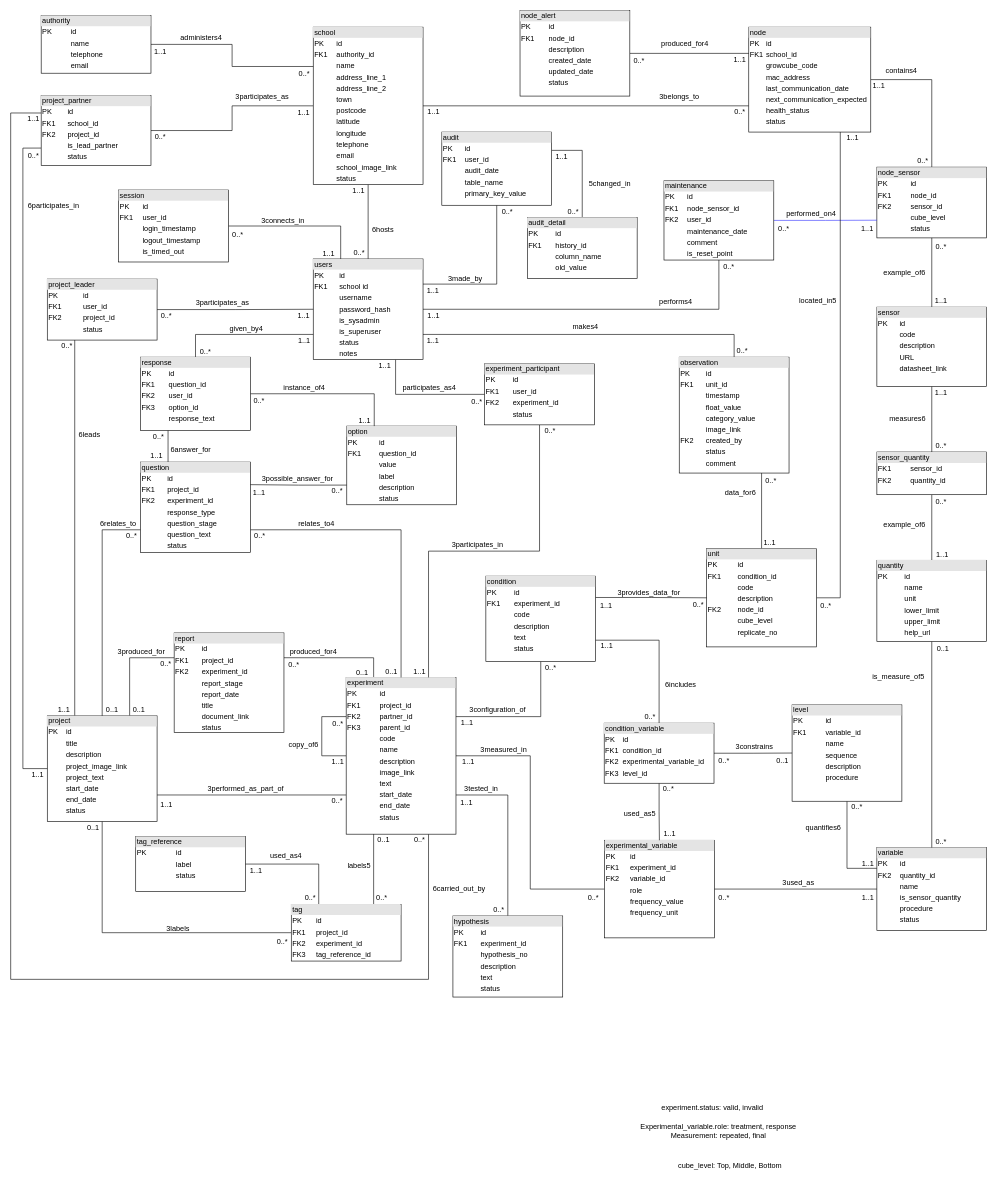
Before: Documentation/ER diagram dandelion.drawio in Dandelion-dev-team/dandelion, a draw.io diagram. Source tidied: cells renumbered, new cells numbered last; positions are measured from the earlier drawing's top-left corner, leaving out a move shared by most shapes. Both pictures are drawn from the tidied source at 61%, with x=0, y=0 at pixel (10, 10).
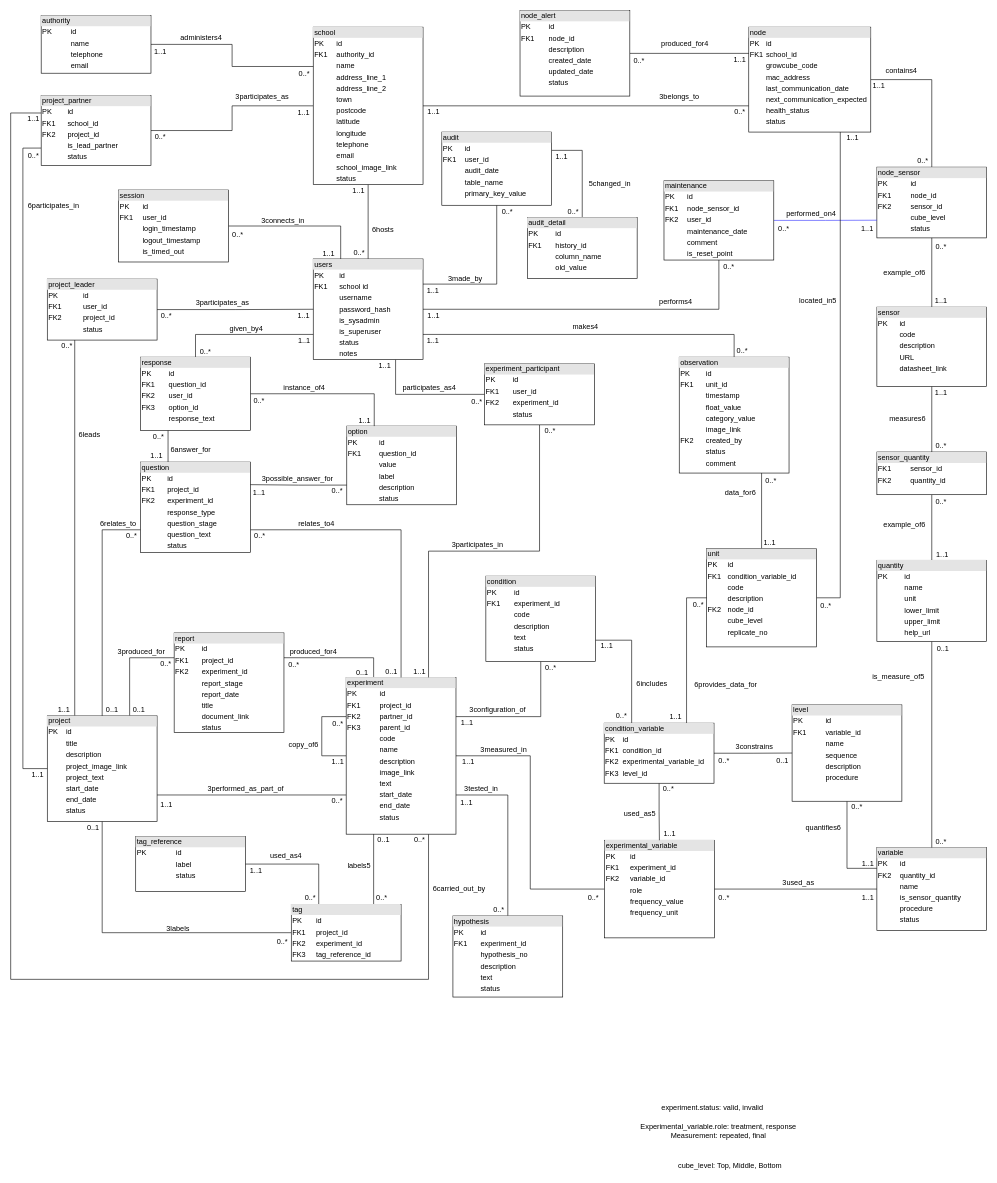
The same diagram, later.

Commit message:
Update ER diagram : change UNIT table relationship

Unchanged cells that the change refers to:
```xml
<mxCell id="188" value="&lt;div style=&quot;box-sizing: border-box ; width: 100% ; background: #e4e4e4 ; padding: 2px&quot;&gt;condition&lt;/div&gt;&lt;table style=&quot;width: 100% ; font-size: 1em&quot; cellpadding=&quot;2&quot; cellspacing=&quot;0&quot;&gt;&lt;tbody&gt;&lt;tr&gt;&lt;td&gt;PK&lt;/td&gt;&lt;td&gt;id&lt;/td&gt;&lt;/tr&gt;&lt;tr&gt;&lt;td&gt;FK1&lt;/td&gt;&lt;td&gt;experiment_id&lt;/td&gt;&lt;/tr&gt;&lt;tr&gt;&lt;td&gt;&lt;br&gt;&lt;/td&gt;&lt;td&gt;code&lt;/td&gt;&lt;/tr&gt;&lt;tr&gt;&lt;td&gt;&lt;/td&gt;&lt;td&gt;description&lt;/td&gt;&lt;/tr&gt;&lt;tr&gt;&lt;td&gt;&lt;br&gt;&lt;/td&gt;&lt;td&gt;text&lt;/td&gt;&lt;/tr&gt;&lt;tr&gt;&lt;td&gt;&lt;br&gt;&lt;/td&gt;&lt;td&gt;status&lt;/td&gt;&lt;/tr&gt;&lt;/tbody&gt;&lt;/table&gt;" style="verticalAlign=top;align=left;overflow=fill;html=1;" parent="1" vertex="1">
  <mxGeometry x="779" y="927" width="180" height="140" as="geometry" />
</mxCell>
<mxCell id="208" value="&lt;div style=&quot;box-sizing: border-box ; width: 100% ; background: #e4e4e4 ; padding: 2px&quot;&gt;condition_variable&lt;/div&gt;&lt;table style=&quot;width: 100% ; font-size: 1em&quot; cellpadding=&quot;2&quot; cellspacing=&quot;0&quot;&gt;&lt;tbody&gt;&lt;tr&gt;&lt;td&gt;PK&lt;/td&gt;&lt;td&gt;id&lt;/td&gt;&lt;/tr&gt;&lt;tr&gt;&lt;td&gt;FK1&lt;/td&gt;&lt;td&gt;condition_id&lt;/td&gt;&lt;/tr&gt;&lt;tr&gt;&lt;td&gt;FK2&lt;/td&gt;&lt;td&gt;experimental_variable_id&lt;/td&gt;&lt;/tr&gt;&lt;tr&gt;&lt;td&gt;FK3&lt;/td&gt;&lt;td&gt;level_id&lt;/td&gt;&lt;/tr&gt;&lt;/tbody&gt;&lt;/table&gt;" style="verticalAlign=top;align=left;overflow=fill;html=1;" parent="1" vertex="1">
  <mxGeometry x="973" y="1168" width="180" height="98.5" as="geometry" />
</mxCell>
```

What changed in the source:
```diff
@@
-    <mxCell id="183" value="&lt;div style=&quot;box-sizing: border-box ; width: 100% ; background: #e4e4e4 ; padding: 2px&quot;&gt;unit&lt;/div&gt;&lt;table style=&quot;width: 100% ; font-size: 1em&quot; cellpadding=&quot;2&quot; cellspacing=&quot;0&quot;&gt;&lt;tbody&gt;&lt;tr&gt;&lt;td&gt;PK&lt;/td&gt;&lt;td&gt;id&lt;/td&gt;&lt;/tr&gt;&lt;tr&gt;&lt;td&gt;FK1&lt;/td&gt;&lt;td&gt;condition_id&lt;/td&gt;&lt;/tr&gt;&lt;tr&gt;&lt;td&gt;&lt;br&gt;&lt;/td&gt;&lt;td&gt;code&lt;/td&gt;&lt;/tr&gt;&lt;tr&gt;&lt;td&gt;&lt;br&gt;&lt;/td&gt;&lt;td&gt;description&lt;/td&gt;&lt;/tr&gt;&lt;tr&gt;&lt;td&gt;FK2&lt;/td&gt;&lt;td&gt;node_id&lt;/td&gt;&lt;/tr&gt;&lt;tr&gt;&lt;td&gt;&lt;br&gt;&lt;/td&gt;&lt;td&gt;cube_level&lt;/td&gt;&lt;/tr&gt;&lt;tr&gt;&lt;td&gt;&lt;br&gt;&lt;/td&gt;&lt;td&gt;replicate_no&lt;/td&gt;&lt;/tr&gt;&lt;tr&gt;&lt;td&gt;&lt;br&gt;&lt;/td&gt;&lt;td&gt;&lt;br&gt;&lt;/td&gt;&lt;/tr&gt;&lt;/tbody&gt;&lt;/table&gt;" style="verticalAlign=top;align=left;overflow=fill;html=1;" parent="1" vertex="1">
+    <mxCell id="183" value="&lt;div style=&quot;box-sizing: border-box ; width: 100% ; background: #e4e4e4 ; padding: 2px&quot;&gt;unit&lt;/div&gt;&lt;table style=&quot;width: 100% ; font-size: 1em&quot; cellpadding=&quot;2&quot; cellspacing=&quot;0&quot;&gt;&lt;tbody&gt;&lt;tr&gt;&lt;td&gt;PK&lt;/td&gt;&lt;td&gt;id&lt;/td&gt;&lt;/tr&gt;&lt;tr&gt;&lt;td&gt;FK1&lt;/td&gt;&lt;td&gt;condition_variable_id&lt;/td&gt;&lt;/tr&gt;&lt;tr&gt;&lt;td&gt;&lt;br&gt;&lt;/td&gt;&lt;td&gt;code&lt;/td&gt;&lt;/tr&gt;&lt;tr&gt;&lt;td&gt;&lt;br&gt;&lt;/td&gt;&lt;td&gt;description&lt;/td&gt;&lt;/tr&gt;&lt;tr&gt;&lt;td&gt;FK2&lt;/td&gt;&lt;td&gt;node_id&lt;/td&gt;&lt;/tr&gt;&lt;tr&gt;&lt;td&gt;&lt;br&gt;&lt;/td&gt;&lt;td&gt;cube_level&lt;/td&gt;&lt;/tr&gt;&lt;tr&gt;&lt;td&gt;&lt;br&gt;&lt;/td&gt;&lt;td&gt;replicate_no&lt;/td&gt;&lt;/tr&gt;&lt;tr&gt;&lt;td&gt;&lt;br&gt;&lt;/td&gt;&lt;td&gt;&lt;br&gt;&lt;/td&gt;&lt;/tr&gt;&lt;/tbody&gt;&lt;/table&gt;" style="verticalAlign=top;align=left;overflow=fill;html=1;" parent="1" vertex="1">
       <mxGeometry x="1141" y="882" width="180" height="161" as="geometry" />
     </mxCell>
@@
-    <mxCell id="201" style="edgeStyle=orthogonalEdgeStyle;rounded=0;jettySize=auto;html=1;entryX=0;entryY=0.5;entryDx=0;entryDy=0;endArrow=none;endFill=0;exitX=1;exitY=0.25;exitDx=0;exitDy=0;" parent="1" edge="1" source="188" target="183">
+    <mxCell id="201" style="edgeStyle=orthogonalEdgeStyle;rounded=0;jettySize=auto;html=1;entryX=0;entryY=0.5;entryDx=0;entryDy=0;endArrow=none;endFill=0;exitX=0.75;exitY=0;exitDx=0;exitDy=0;" parent="1" edge="1" source="208" target="183">
       <mxGeometry relative="1" as="geometry" />
     </mxCell>
     <mxCell id="202" value="1..1" style="text;html=1;align=center;verticalAlign=middle;strokeColor=none;fillColor=none;" parent="1" vertex="1">
-      <mxGeometry x="956" y="965" width="40" height="20" as="geometry" />
+      <mxGeometry x="1070" y="1148" width="40" height="20" as="geometry" />
     </mxCell>
@@
-    <mxCell id="204" value="&lt;span style=&quot;font-family: &amp;#34;webdings&amp;#34;&quot;&gt;3&lt;/span&gt;provides_data_for" style="text;html=1;align=center;verticalAlign=middle;strokeColor=none;fillColor=none;fontFamily=Helvetica;" parent="1" vertex="1">
-      <mxGeometry x="986" y="944" width="120" height="20" as="geometry" />
+    <mxCell id="204" value="&lt;span style=&quot;font-family: &amp;#34;webdings&amp;#34;&quot;&gt;6&lt;/span&gt;provides_data_for" style="text;html=1;align=center;verticalAlign=middle;strokeColor=none;fillColor=none;fontFamily=Helvetica;" parent="1" vertex="1">
+      <mxGeometry x="1112" y="1095" width="120" height="20" as="geometry" />
     </mxCell>
-    <mxCell id="205" style="edgeStyle=orthogonalEdgeStyle;rounded=0;jettySize=auto;html=1;entryX=1;entryY=0.75;entryDx=0;entryDy=0;endArrow=none;endFill=0;exitX=0.5;exitY=0;exitDx=0;exitDy=0;" parent="1" edge="1" source="208" target="188">
+    <mxCell id="205" style="edgeStyle=orthogonalEdgeStyle;rounded=0;jettySize=auto;html=1;entryX=1;entryY=0.75;entryDx=0;entryDy=0;endArrow=none;endFill=0;exitX=0.25;exitY=0;exitDx=0;exitDy=0;" parent="1" edge="1" source="208" target="188">
       <mxGeometry relative="1" as="geometry" />
     </mxCell>
@@
     <mxCell id="209" value="0..*" style="text;html=1;align=center;verticalAlign=middle;strokeColor=none;fillColor=none;" parent="1" vertex="1">
-      <mxGeometry x="1033" y="1147" width="30" height="20" as="geometry" />
+      <mxGeometry x="986" y="1146" width="30" height="20" as="geometry" />
     </mxCell>
@@
     <mxCell id="216" value="&lt;span style=&quot;font-family: &amp;#34;webdings&amp;#34;&quot;&gt;6&lt;/span&gt;includes" style="text;html=1;align=center;verticalAlign=middle;strokeColor=none;fillColor=none;" parent="1" vertex="1">
-      <mxGeometry x="1063" y="1095" width="70" height="20" as="geometry" />
+      <mxGeometry x="1016" y="1094" width="70" height="20" as="geometry" />
     </mxCell>
```
